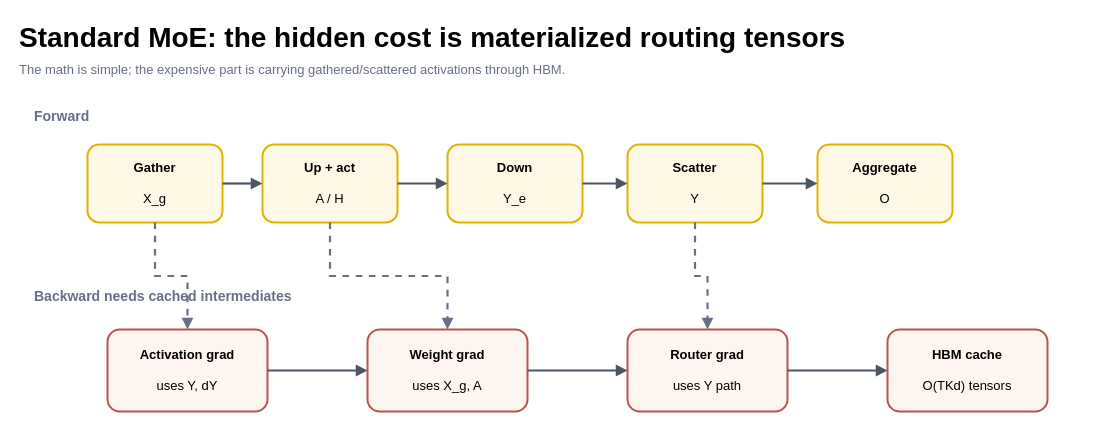
Above: static/drawio/2026-04-27-sonicmoe-blackwell-深度解读-fine-grained-moe-kernel-的算法-软件-硬件三层堆叠/figures/F1.drawio in cassiewilliam/blog (draw.io), before the change. Source tidied: cells renumbered, new cells numbered last; positions are measured from the earlier drawing's top-left corner, leaving out a move shared by most shapes. Both pictures are drawn from the tidied source at 100%, with x=0, y=0 at pixel (17, 17).
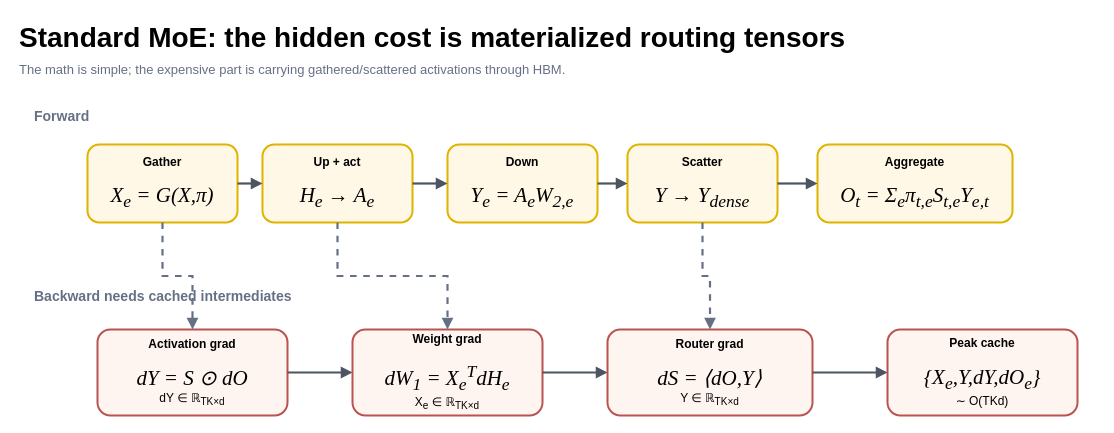
Above is the later version.

The edit, as a diff of the source:
```diff
@@
-    <mxCell id="5" value="&lt;b&gt;Gather&lt;/b&gt;&lt;br&gt;&lt;br&gt;X_g" style="rounded=1;whiteSpace=wrap;html=1;fillColor=#fff8e7;strokeColor=#e0b300;strokeWidth=2;align=center;verticalAlign=middle;fontFamily=Helvetica;fontSize=13;" parent="1" vertex="1">
-      <mxGeometry x="70" y="127" width="135" height="78" as="geometry" />
+    <mxCell id="5" value="&lt;b&gt;Gather&lt;/b&gt;&lt;br&gt;&lt;br&gt;&lt;font face=&quot;Times New Roman&quot; style=&quot;font-size: 21px;&quot;&gt;&lt;i&gt;X&lt;sub&gt;e&lt;/sub&gt; = G(X,π)&lt;/i&gt;&lt;/font&gt;" style="rounded=1;whiteSpace=wrap;html=1;fillColor=#fff8e7;strokeColor=#e0b300;strokeWidth=2;align=center;verticalAlign=middle;fontFamily=Helvetica;fontSize=12;" parent="1" vertex="1">
+      <mxGeometry x="70" y="127" width="150" height="78" as="geometry" />
     </mxCell>
-    <mxCell id="6" value="&lt;b&gt;Up + act&lt;/b&gt;&lt;br&gt;&lt;br&gt;A / H" style="rounded=1;whiteSpace=wrap;html=1;fillColor=#fff8e7;strokeColor=#e0b300;strokeWidth=2;align=center;verticalAlign=middle;fontFamily=Helvetica;fontSize=13;" parent="1" vertex="1">
-      <mxGeometry x="245" y="127" width="135" height="78" as="geometry" />
+    <mxCell id="6" value="&lt;b&gt;Up + act&lt;/b&gt;&lt;br&gt;&lt;br&gt;&lt;font face=&quot;Times New Roman&quot; style=&quot;font-size: 21px;&quot;&gt;&lt;i&gt;H&lt;sub&gt;e&lt;/sub&gt; → A&lt;sub&gt;e&lt;/sub&gt;&lt;/i&gt;&lt;/font&gt;" style="rounded=1;whiteSpace=wrap;html=1;fillColor=#fff8e7;strokeColor=#e0b300;strokeWidth=2;align=center;verticalAlign=middle;fontFamily=Helvetica;fontSize=12;" parent="1" vertex="1">
+      <mxGeometry x="245" y="127" width="150" height="78" as="geometry" />
     </mxCell>
@@
-    <mxCell id="8" value="&lt;b&gt;Down&lt;/b&gt;&lt;br&gt;&lt;br&gt;Y_e" style="rounded=1;whiteSpace=wrap;html=1;fillColor=#fff8e7;strokeColor=#e0b300;strokeWidth=2;align=center;verticalAlign=middle;fontFamily=Helvetica;fontSize=13;" parent="1" vertex="1">
-      <mxGeometry x="430" y="127" width="135" height="78" as="geometry" />
+    <mxCell id="8" value="&lt;b&gt;Down&lt;/b&gt;&lt;br&gt;&lt;br&gt;&lt;font face=&quot;Times New Roman&quot; style=&quot;font-size: 21px;&quot;&gt;&lt;i&gt;Y&lt;sub&gt;e&lt;/sub&gt; = A&lt;sub&gt;e&lt;/sub&gt;W&lt;sub&gt;2,e&lt;/sub&gt;&lt;/i&gt;&lt;/font&gt;" style="rounded=1;whiteSpace=wrap;html=1;fillColor=#fff8e7;strokeColor=#e0b300;strokeWidth=2;align=center;verticalAlign=middle;fontFamily=Helvetica;fontSize=12;" parent="1" vertex="1">
+      <mxGeometry x="430" y="127" width="150" height="78" as="geometry" />
     </mxCell>
@@
-    <mxCell id="10" value="&lt;b&gt;Scatter&lt;/b&gt;&lt;br&gt;&lt;br&gt;Y" style="rounded=1;whiteSpace=wrap;html=1;fillColor=#fff8e7;strokeColor=#e0b300;strokeWidth=2;align=center;verticalAlign=middle;fontFamily=Helvetica;fontSize=13;" parent="1" vertex="1">
-      <mxGeometry x="610" y="127" width="135" height="78" as="geometry" />
+    <mxCell id="10" value="&lt;b&gt;Scatter&lt;/b&gt;&lt;br&gt;&lt;br&gt;&lt;font face=&quot;Times New Roman&quot; style=&quot;font-size: 21px;&quot;&gt;&lt;i&gt;Y → Y&lt;sub&gt;dense&lt;/sub&gt;&lt;/i&gt;&lt;/font&gt;" style="rounded=1;whiteSpace=wrap;html=1;fillColor=#fff8e7;strokeColor=#e0b300;strokeWidth=2;align=center;verticalAlign=middle;fontFamily=Helvetica;fontSize=12;" parent="1" vertex="1">
+      <mxGeometry x="610" y="127" width="150" height="78" as="geometry" />
     </mxCell>
@@
-    <mxCell id="12" value="&lt;b&gt;Aggregate&lt;/b&gt;&lt;br&gt;&lt;br&gt;O" style="rounded=1;whiteSpace=wrap;html=1;fillColor=#fff8e7;strokeColor=#e0b300;strokeWidth=2;align=center;verticalAlign=middle;fontFamily=Helvetica;fontSize=13;" parent="1" vertex="1">
-      <mxGeometry x="800" y="127" width="135" height="78" as="geometry" />
+    <mxCell id="12" value="&lt;b&gt;Aggregate&lt;/b&gt;&lt;br&gt;&lt;br&gt;&lt;font face=&quot;Times New Roman&quot; style=&quot;font-size: 21px;&quot;&gt;&lt;i&gt;O&lt;sub&gt;t&lt;/sub&gt; = Σ&lt;sub&gt;e&lt;/sub&gt;π&lt;sub&gt;t,e&lt;/sub&gt;S&lt;sub&gt;t,e&lt;/sub&gt;Y&lt;sub&gt;e,t&lt;/sub&gt;&lt;/i&gt;&lt;/font&gt;" style="rounded=1;whiteSpace=wrap;html=1;fillColor=#fff8e7;strokeColor=#e0b300;strokeWidth=2;align=center;verticalAlign=middle;fontFamily=Helvetica;fontSize=12;" parent="1" vertex="1">
+      <mxGeometry x="800" y="127" width="195" height="78" as="geometry" />
     </mxCell>
@@
-    <mxCell id="15" value="&lt;b&gt;Activation grad&lt;/b&gt;&lt;br&gt;&lt;br&gt;uses Y, dY" style="rounded=1;whiteSpace=wrap;html=1;fillColor=#fff5f0;strokeColor=#b85450;strokeWidth=2;align=center;verticalAlign=middle;fontFamily=Helvetica;fontSize=13;" parent="1" vertex="1">
-      <mxGeometry x="90" y="312" width="160" height="82" as="geometry" />
+    <mxCell id="15" value="&lt;b&gt;Activation grad&lt;/b&gt;&lt;br&gt;&lt;br&gt;&lt;font face=&quot;Times New Roman&quot; style=&quot;font-size: 21px;&quot;&gt;&lt;i&gt;dY = S ⊙ dO&lt;/i&gt;&lt;/font&gt;&lt;br&gt;dY ∈ ℝ&lt;sub&gt;TK×d&lt;/sub&gt;" style="rounded=1;whiteSpace=wrap;html=1;fillColor=#fff5f0;strokeColor=#b85450;strokeWidth=2;align=center;verticalAlign=middle;fontFamily=Helvetica;fontSize=12;" parent="1" vertex="1">
+      <mxGeometry x="80" y="312" width="190" height="86" as="geometry" />
     </mxCell>
-    <mxCell id="16" value="&lt;b&gt;Weight grad&lt;/b&gt;&lt;br&gt;&lt;br&gt;uses X_g, A" style="rounded=1;whiteSpace=wrap;html=1;fillColor=#fff5f0;strokeColor=#b85450;strokeWidth=2;align=center;verticalAlign=middle;fontFamily=Helvetica;fontSize=13;" parent="1" vertex="1">
-      <mxGeometry x="350" y="312" width="160" height="82" as="geometry" />
+    <mxCell id="16" value="&lt;b&gt;Weight grad&lt;/b&gt;&lt;br&gt;&lt;br&gt;&lt;font face=&quot;Times New Roman&quot; style=&quot;font-size: 21px;&quot;&gt;&lt;i&gt;dW&lt;sub&gt;1&lt;/sub&gt; = X&lt;sub&gt;e&lt;/sub&gt;&lt;sup&gt;T&lt;/sup&gt;dH&lt;sub&gt;e&lt;/sub&gt;&lt;/i&gt;&lt;/font&gt;&lt;br&gt;X&lt;sub&gt;e&lt;/sub&gt; ∈ ℝ&lt;sub&gt;TK×d&lt;/sub&gt;" style="rounded=1;whiteSpace=wrap;html=1;fillColor=#fff5f0;strokeColor=#b85450;strokeWidth=2;align=center;verticalAlign=middle;fontFamily=Helvetica;fontSize=12;" parent="1" vertex="1">
+      <mxGeometry x="335" y="312" width="190" height="86" as="geometry" />
     </mxCell>
-    <mxCell id="17" value="&lt;b&gt;Router grad&lt;/b&gt;&lt;br&gt;&lt;br&gt;uses Y path" style="rounded=1;whiteSpace=wrap;html=1;fillColor=#fff5f0;strokeColor=#b85450;strokeWidth=2;align=center;verticalAlign=middle;fontFamily=Helvetica;fontSize=13;" parent="1" vertex="1">
-      <mxGeometry x="610" y="312" width="160" height="82" as="geometry" />
+    <mxCell id="17" value="&lt;b&gt;Router grad&lt;/b&gt;&lt;br&gt;&lt;br&gt;&lt;font face=&quot;Times New Roman&quot; style=&quot;font-size: 21px;&quot;&gt;&lt;i&gt;dS = ⟨dO,Y⟩&lt;/i&gt;&lt;/font&gt;&lt;br&gt;Y ∈ ℝ&lt;sub&gt;TK×d&lt;/sub&gt;" style="rounded=1;whiteSpace=wrap;html=1;fillColor=#fff5f0;strokeColor=#b85450;strokeWidth=2;align=center;verticalAlign=middle;fontFamily=Helvetica;fontSize=12;" parent="1" vertex="1">
+      <mxGeometry x="590" y="312" width="205" height="86" as="geometry" />
     </mxCell>
-    <mxCell id="18" value="&lt;b&gt;HBM cache&lt;/b&gt;&lt;br&gt;&lt;br&gt;O(TKd) tensors" style="rounded=1;whiteSpace=wrap;html=1;fillColor=#fff5f0;strokeColor=#b85450;strokeWidth=2;align=center;verticalAlign=middle;fontFamily=Helvetica;fontSize=13;" parent="1" vertex="1">
-      <mxGeometry x="870" y="312" width="160" height="82" as="geometry" />
+    <mxCell id="18" value="&lt;b&gt;Peak cache&lt;/b&gt;&lt;br&gt;&lt;br&gt;&lt;font face=&quot;Times New Roman&quot; style=&quot;font-size: 21px;&quot;&gt;&lt;i&gt;{X&lt;sub&gt;e&lt;/sub&gt;,Y,dY,dO&lt;sub&gt;e&lt;/sub&gt;}&lt;/i&gt;&lt;/font&gt;&lt;br&gt;∼ O(TKd)" style="rounded=1;whiteSpace=wrap;html=1;fillColor=#fff5f0;strokeColor=#b85450;strokeWidth=2;align=center;verticalAlign=middle;fontFamily=Helvetica;fontSize=12;" parent="1" vertex="1">
+      <mxGeometry x="870" y="312" width="190" height="86" as="geometry" />
     </mxCell>
```
